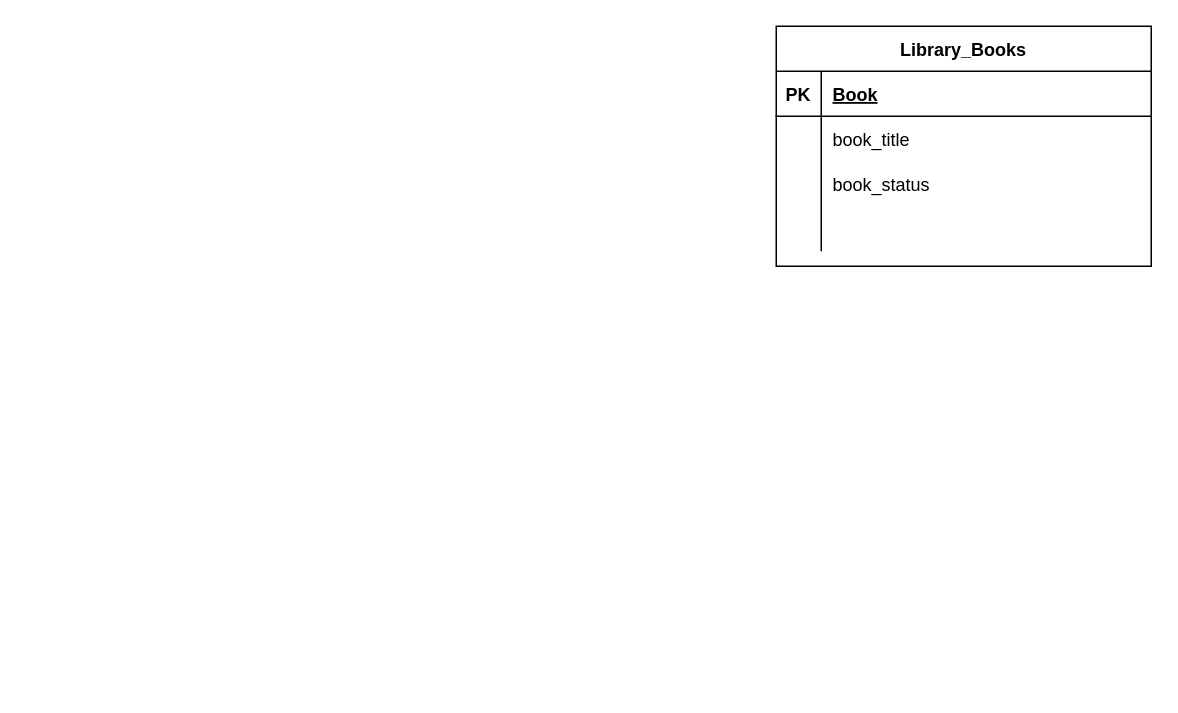
Above: GWC_autodesk/GWC.drawio in NotNanetteKaye/Week23-BEYONDFLEX (draw.io), before the change. Source tidied: cells renumbered, new cells numbered last; positions are measured from the earlier drawing's top-left corner, leaving out a move shared by most shapes. Both pictures are drawn from the tidied source at 150%, with x=0, y=0 at pixel (776, 26).
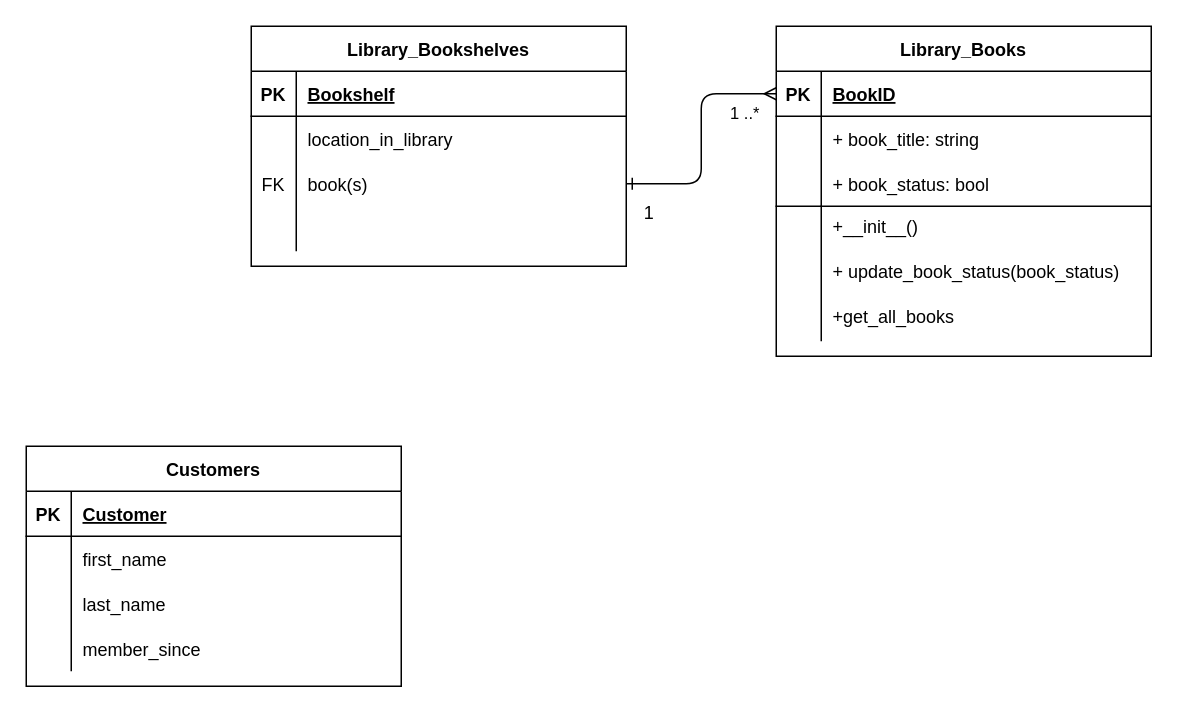
The same diagram, later.

The change refers to these unchanged cells:
```xml
<mxCell id="3" style="shape=partialRectangle;fillColor=none;points=[[0,0.5],[1,0.5]];portConstraint=eastwest;top=0;left=0;right=0;bottom=1;" parent="2" vertex="1">
  <mxGeometry y="30" width="250" height="30" as="geometry" />
</mxCell>
<mxCell id="6" style="shape=partialRectangle;fillColor=none;top=0;left=0;right=0;bottom=0;" parent="2" vertex="1">
  <mxGeometry y="60" width="250" height="30" as="geometry" />
</mxCell>
<mxCell id="9" style="shape=partialRectangle;fillColor=none;top=0;left=0;right=0;bottom=0;" parent="2" vertex="1">
  <mxGeometry y="90" width="250" height="30" as="geometry" />
</mxCell>
```

Diff of the diagram source:
```diff
@@
     <mxCell id="2" value="Library_Books" style="shape=table;startSize=30;childLayout=tableLayout;rowLines=0;fontStyle=1;align=center;" parent="1" vertex="1">
-      <mxGeometry width="250" height="160" as="geometry" />
+      <mxGeometry width="250" height="220" as="geometry" />
     </mxCell>
@@
-    <mxCell id="5" value="Book" style="shape=partialRectangle;overflow=hidden;fillColor=none;top=0;left=0;bottom=0;right=0;align=left;spacingLeft=6;fontStyle=5;" parent="3" vertex="1">
+    <mxCell id="5" value="BookID" style="shape=partialRectangle;overflow=hidden;fillColor=none;top=0;left=0;bottom=0;right=0;align=left;spacingLeft=6;fontStyle=5;" parent="3" vertex="1">
       <mxGeometry x="30" width="220" height="30" as="geometry" />
     </mxCell>
@@
-    <mxCell id="8" value="book_title" style="shape=partialRectangle;overflow=hidden;fillColor=none;top=0;left=0;bottom=0;right=0;align=left;spacingLeft=6;" parent="6" vertex="1">
+    <mxCell id="8" value="+ book_title: string    " style="shape=partialRectangle;overflow=hidden;fillColor=none;top=0;left=0;bottom=0;right=0;align=left;spacingLeft=6;" parent="6" vertex="1">
       <mxGeometry x="30" width="220" height="30" as="geometry" />
     </mxCell>
@@
-    <mxCell id="10" style="shape=partialRectangle;overflow=hidden;fillColor=none;top=0;left=0;bottom=0;right=0;" parent="9" vertex="1">
+    <mxCell id="10" style="shape=partialRectangle;overflow=hidden;fillColor=none;top=0;left=0;bottom=1;right=0;" parent="9" vertex="1">
       <mxGeometry width="30" height="30" as="geometry" />
     </mxCell>
-    <mxCell id="11" value="book_status" style="shape=partialRectangle;overflow=hidden;fillColor=none;top=0;left=0;bottom=0;right=0;align=left;spacingLeft=6;" parent="9" vertex="1">
+    <mxCell id="11" value="+ book_status: bool" style="shape=partialRectangle;overflow=hidden;fillColor=none;top=0;left=0;bottom=1;right=0;align=left;spacingLeft=6;fontStyle=0;" parent="9" vertex="1">
       <mxGeometry x="30" width="220" height="30" as="geometry" />
     </mxCell>
+    <mxCell id="15" style="shape=partialRectangle;fillColor=none;top=0;left=0;right=0;bottom=0;" parent="2" vertex="1">
+      <mxGeometry y="120" width="250" height="30" as="geometry" />
+    </mxCell>
+    <mxCell id="16" style="shape=partialRectangle;overflow=hidden;fillColor=none;top=0;left=0;bottom=0;right=0;" parent="15" vertex="1">
+      <mxGeometry width="30" height="30" as="geometry" />
+    </mxCell>
+    <mxCell id="17" value="+__init__()" style="shape=partialRectangle;overflow=hidden;fillColor=none;top=0;left=0;bottom=0;right=0;align=left;spacingLeft=6;verticalAlign=top;" parent="15" vertex="1">
+      <mxGeometry x="30" width="220" height="30" as="geometry" />
+    </mxCell>
     <mxCell id="12" style="shape=partialRectangle;fillColor=none;top=0;left=0;right=0;bottom=0;" parent="2" vertex="1">
-      <mxGeometry y="120" width="250" height="30" as="geometry" />
+      <mxGeometry y="150" width="250" height="30" as="geometry" />
     </mxCell>
@@
-    <mxCell id="14" style="shape=partialRectangle;overflow=hidden;fillColor=none;top=0;left=0;bottom=0;right=0;align=left;spacingLeft=6;" parent="12" vertex="1">
+    <mxCell id="14" value="+ update_book_status(book_status)" style="shape=partialRectangle;overflow=hidden;fillColor=none;top=0;left=0;bottom=0;right=0;align=left;spacingLeft=6;verticalAlign=top;" parent="12" vertex="1">
       <mxGeometry x="30" width="220" height="30" as="geometry" />
     </mxCell>
+    <mxCell id="18" style="shape=partialRectangle;fillColor=none;top=0;left=0;right=0;bottom=0;" parent="2" vertex="1">
+      <mxGeometry y="180" width="250" height="30" as="geometry" />
+    </mxCell>
+    <mxCell id="19" style="shape=partialRectangle;overflow=hidden;fillColor=none;top=0;left=0;bottom=0;right=0;" parent="18" vertex="1">
+      <mxGeometry width="30" height="30" as="geometry" />
+    </mxCell>
+    <mxCell id="20" value="+get_all_books" style="shape=partialRectangle;overflow=hidden;fillColor=none;top=0;left=0;bottom=0;right=0;align=left;spacingLeft=6;verticalAlign=top;" parent="18" vertex="1">
+      <mxGeometry x="30" width="220" height="30" as="geometry" />
+    </mxCell>
+    <mxCell id="21" value="Library_Bookshelves" style="shape=table;startSize=30;childLayout=tableLayout;rowLines=0;fontStyle=1;align=center;" parent="1" vertex="1">
+      <mxGeometry x="-350" width="250" height="160" as="geometry" />
+    </mxCell>
+    <mxCell id="22" style="shape=partialRectangle;fillColor=none;top=0;left=0;right=0;bottom=1;" parent="21" vertex="1">
+      <mxGeometry y="30" width="250" height="30" as="geometry" />
+    </mxCell>
+    <mxCell id="23" value="PK" style="shape=partialRectangle;overflow=hidden;fillColor=none;top=0;left=0;bottom=0;right=0;fontStyle=1;" parent="22" vertex="1">
+      <mxGeometry width="30" height="30" as="geometry" />
+    </mxCell>
+    <mxCell id="24" value="Bookshelf" style="shape=partialRectangle;overflow=hidden;fillColor=none;top=0;left=0;bottom=0;right=0;align=left;spacingLeft=6;fontStyle=5;" parent="22" vertex="1">
+      <mxGeometry x="30" width="220" height="30" as="geometry" />
+    </mxCell>
+    <mxCell id="25" style="shape=partialRectangle;fillColor=none;top=0;left=0;right=0;bottom=0;" parent="21" vertex="1">
+      <mxGeometry y="60" width="250" height="30" as="geometry" />
+    </mxCell>
+    <mxCell id="26" style="shape=partialRectangle;overflow=hidden;fillColor=none;top=0;left=0;bottom=0;right=0;" parent="25" vertex="1">
+      <mxGeometry width="30" height="30" as="geometry" />
+    </mxCell>
+    <mxCell id="27" value="location_in_library" style="shape=partialRectangle;overflow=hidden;fillColor=none;top=0;left=0;bottom=0;right=0;align=left;spacingLeft=6;" parent="25" vertex="1">
+      <mxGeometry x="30" width="220" height="30" as="geometry" />
+    </mxCell>
+    <mxCell id="28" style="shape=partialRectangle;fillColor=none;points=[[0,0.5],[1,0.5]];portConstraint=eastwest;top=0;left=0;right=0;bottom=0;" parent="21" vertex="1">
+      <mxGeometry y="90" width="250" height="30" as="geometry" />
+    </mxCell>
+    <mxCell id="29" value="FK" style="shape=partialRectangle;overflow=hidden;fillColor=none;top=0;left=0;bottom=0;right=0;" parent="28" vertex="1">
+      <mxGeometry width="30" height="30" as="geometry" />
+    </mxCell>
+    <mxCell id="30" value="book(s)" style="shape=partialRectangle;overflow=hidden;fillColor=none;top=0;left=0;bottom=0;right=0;align=left;spacingLeft=6;" parent="28" vertex="1">
+      <mxGeometry x="30" width="220" height="30" as="geometry" />
+    </mxCell>
+    <mxCell id="31" style="shape=partialRectangle;fillColor=none;top=0;left=0;right=0;bottom=0;" parent="21" vertex="1">
+      <mxGeometry y="120" width="250" height="30" as="geometry" />
+    </mxCell>
+    <mxCell id="32" style="shape=partialRectangle;overflow=hidden;fillColor=none;top=0;left=0;bottom=0;right=0;" parent="31" vertex="1">
+      <mxGeometry width="30" height="30" as="geometry" />
+    </mxCell>
+    <mxCell id="33" style="shape=partialRectangle;overflow=hidden;fillColor=none;top=0;left=0;bottom=0;right=0;align=left;spacingLeft=6;" parent="31" vertex="1">
+      <mxGeometry x="30" width="220" height="30" as="geometry" />
+    </mxCell>
+    <mxCell id="34" style="rounded=0;jettySize=auto;html=1;exitX=1;exitY=0.5;exitDx=0;exitDy=0;strokeColor=none;entryX=0;entryY=0.5;entryDx=0;entryDy=0;" parent="1" edge="1" source="28" target="3">
+      <mxGeometry relative="1" as="geometry" />
+    </mxCell>
+    <mxCell id="35" value="1 ..*" style="edgeLabel;html=1;align=center;verticalAlign=middle;" parent="34" vertex="1">
+      <mxGeometry x="0.58" relative="1" as="geometry" />
+    </mxCell>
+    <mxCell id="36" style="jettySize=auto;html=1;exitX=1;exitY=0.5;exitDx=0;exitDy=0;rounded=1;edgeStyle=orthogonalEdgeStyle;startArrow=ERone;startFill=0;endArrow=ERmany;endFill=0;" parent="1" edge="1" source="28" target="3">
+      <mxGeometry relative="1" as="geometry" />
+    </mxCell>
+    <mxCell id="37" value="Customers" style="shape=table;startSize=30;childLayout=tableLayout;rowLines=0;fontStyle=1;align=center;" parent="1" vertex="1">
+      <mxGeometry x="-500" y="280" width="250" height="160" as="geometry" />
+    </mxCell>
+    <mxCell id="38" style="shape=partialRectangle;fillColor=none;top=0;left=0;right=0;bottom=1;" parent="37" vertex="1">
+      <mxGeometry y="30" width="250" height="30" as="geometry" />
+    </mxCell>
+    <mxCell id="39" value="PK" style="shape=partialRectangle;overflow=hidden;fillColor=none;top=0;left=0;bottom=0;right=0;fontStyle=1;" parent="38" vertex="1">
+      <mxGeometry width="30" height="30" as="geometry" />
+    </mxCell>
+    <mxCell id="40" value="Customer" style="shape=partialRectangle;overflow=hidden;fillColor=none;top=0;left=0;bottom=0;right=0;align=left;spacingLeft=6;fontStyle=5;" parent="38" vertex="1">
+      <mxGeometry x="30" width="220" height="30" as="geometry" />
+    </mxCell>
+    <mxCell id="41" style="shape=partialRectangle;fillColor=none;top=0;left=0;right=0;bottom=0;" parent="37" vertex="1">
+      <mxGeometry y="60" width="250" height="30" as="geometry" />
+    </mxCell>
+    <mxCell id="42" style="shape=partialRectangle;overflow=hidden;fillColor=none;top=0;left=0;bottom=0;right=0;" parent="41" vertex="1">
+      <mxGeometry width="30" height="30" as="geometry" />
+    </mxCell>
+    <mxCell id="43" value="first_name" style="shape=partialRectangle;overflow=hidden;fillColor=none;top=0;left=0;bottom=0;right=0;align=left;spacingLeft=6;" parent="41" vertex="1">
+      <mxGeometry x="30" width="220" height="30" as="geometry" />
+    </mxCell>
+    <mxCell id="44" style="shape=partialRectangle;fillColor=none;top=0;left=0;right=0;bottom=0;" parent="37" vertex="1">
+      <mxGeometry y="90" width="250" height="30" as="geometry" />
+    </mxCell>
+    <mxCell id="45" style="shape=partialRectangle;overflow=hidden;fillColor=none;top=0;left=0;bottom=0;right=0;" parent="44" vertex="1">
+      <mxGeometry width="30" height="30" as="geometry" />
+    </mxCell>
+    <mxCell id="46" value="last_name" style="shape=partialRectangle;overflow=hidden;fillColor=none;top=0;left=0;bottom=0;right=0;align=left;spacingLeft=6;" parent="44" vertex="1">
+      <mxGeometry x="30" width="220" height="30" as="geometry" />
+    </mxCell>
+    <mxCell id="47" style="shape=partialRectangle;fillColor=none;top=0;left=0;right=0;bottom=0;" parent="37" vertex="1">
+      <mxGeometry y="120" width="250" height="30" as="geometry" />
+    </mxCell>
+    <mxCell id="48" style="shape=partialRectangle;overflow=hidden;fillColor=none;top=0;left=0;bottom=0;right=0;" parent="47" vertex="1">
+      <mxGeometry width="30" height="30" as="geometry" />
+    </mxCell>
+    <mxCell id="49" value="member_since" style="shape=partialRectangle;overflow=hidden;fillColor=none;top=0;left=0;bottom=0;right=0;align=left;spacingLeft=6;" parent="47" vertex="1">
+      <mxGeometry x="30" width="220" height="30" as="geometry" />
+    </mxCell>
+    <mxCell id="50" value="1" style="text;html=1;align=center;verticalAlign=middle;strokeColor=none;fillColor=none;" parent="1" vertex="1">
+      <mxGeometry x="-100" y="110" width="30" height="30" as="geometry" />
+    </mxCell>
```
